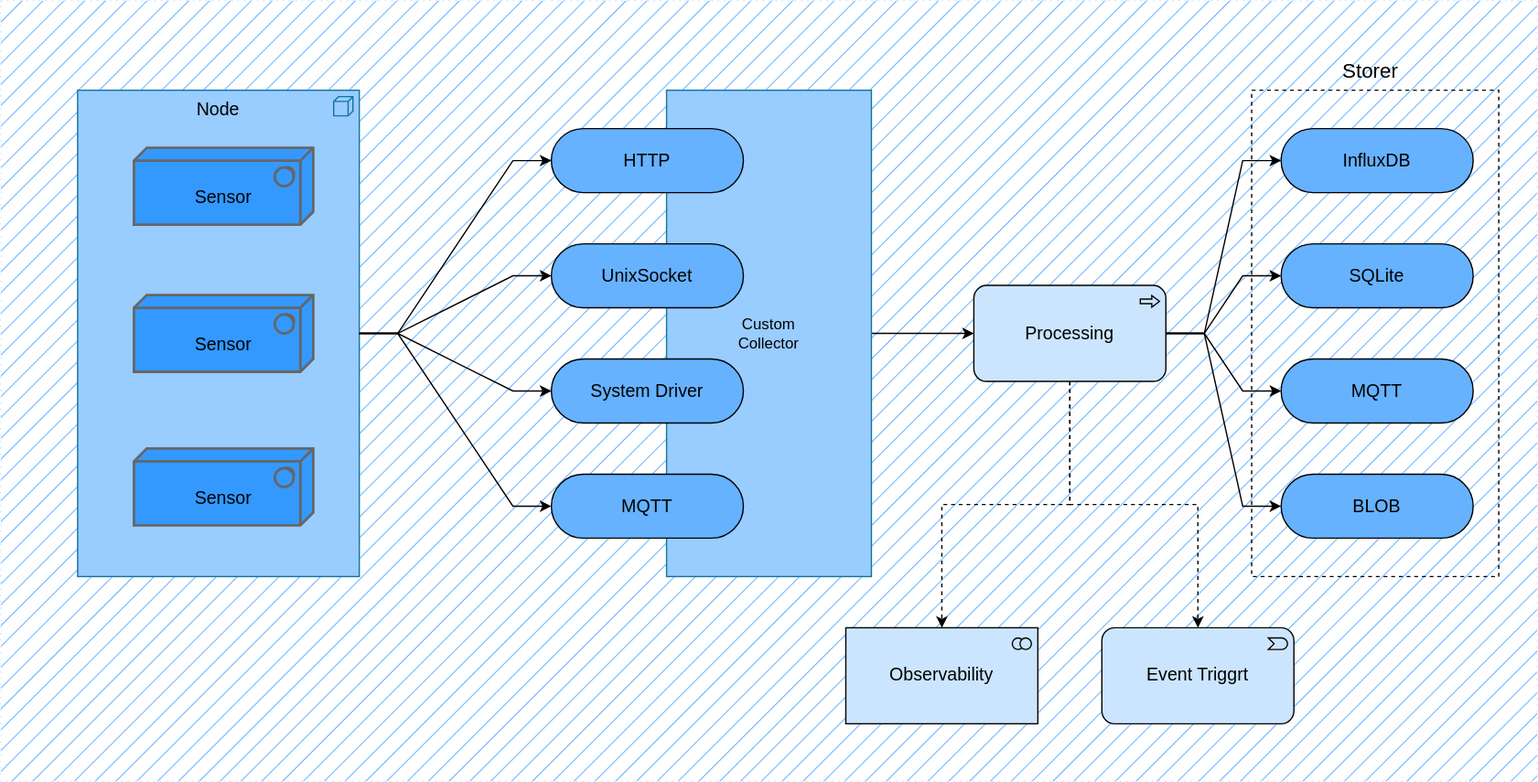
KiraraLab/SnowbankCP keeps this draw.io diagram as docs/static/img/project_struct.drawio.svg. Above is the earlier version. Source tidied: cells renumbered, new cells last; positions are measured from the earlier drawing's top-left corner, leaving out a move shared by most shapes.
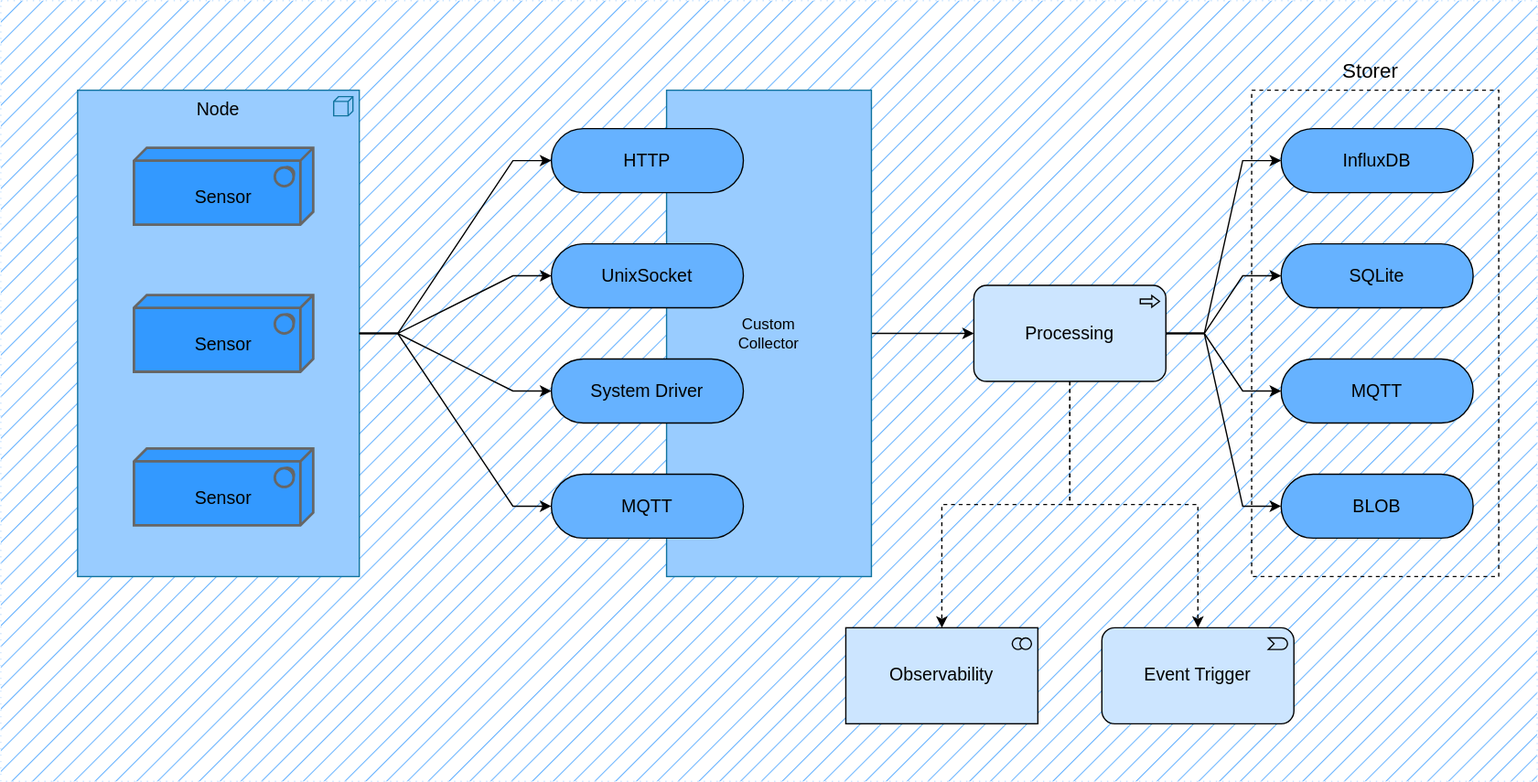
The same diagram one commit later.

What changed in the source:
```diff
@@ -23,7 +23,7 @@
     <mxCell id="8" value="Ob&lt;span style=&quot;background-color: initial;&quot;&gt;servability&lt;/span&gt;" style="html=1;whiteSpace=wrap;fillColor=#CCE5FF;shape=mxgraph.archimate3.application;appType=collab;archiType=square;fontSize=14;" parent="1" vertex="1">
       <mxGeometry x="660" y="490" width="150" height="75" as="geometry" />
     </mxCell>
-    <mxCell id="9" value="Event Triggrt" style="html=1;whiteSpace=wrap;fillColor=#CCE5FF;shape=mxgraph.archimate3.application;appType=event;archiType=rounded;fontSize=14;" parent="1" vertex="1">
+    <mxCell id="9" value="Event Trigger" style="html=1;whiteSpace=wrap;fillColor=#CCE5FF;shape=mxgraph.archimate3.application;appType=event;archiType=rounded;fontSize=14;" parent="1" vertex="1">
       <mxGeometry x="860" y="490" width="150" height="75" as="geometry" />
     </mxCell>
     <mxCell id="10" style="edgeStyle=orthogonalEdgeStyle;rounded=0;jettySize=auto;html=1;exitX=0.5;exitY=1;exitDx=0;exitDy=0;exitPerimeter=0;dashed=1;" parent="1" edge="1" source="11" target="9">
```
